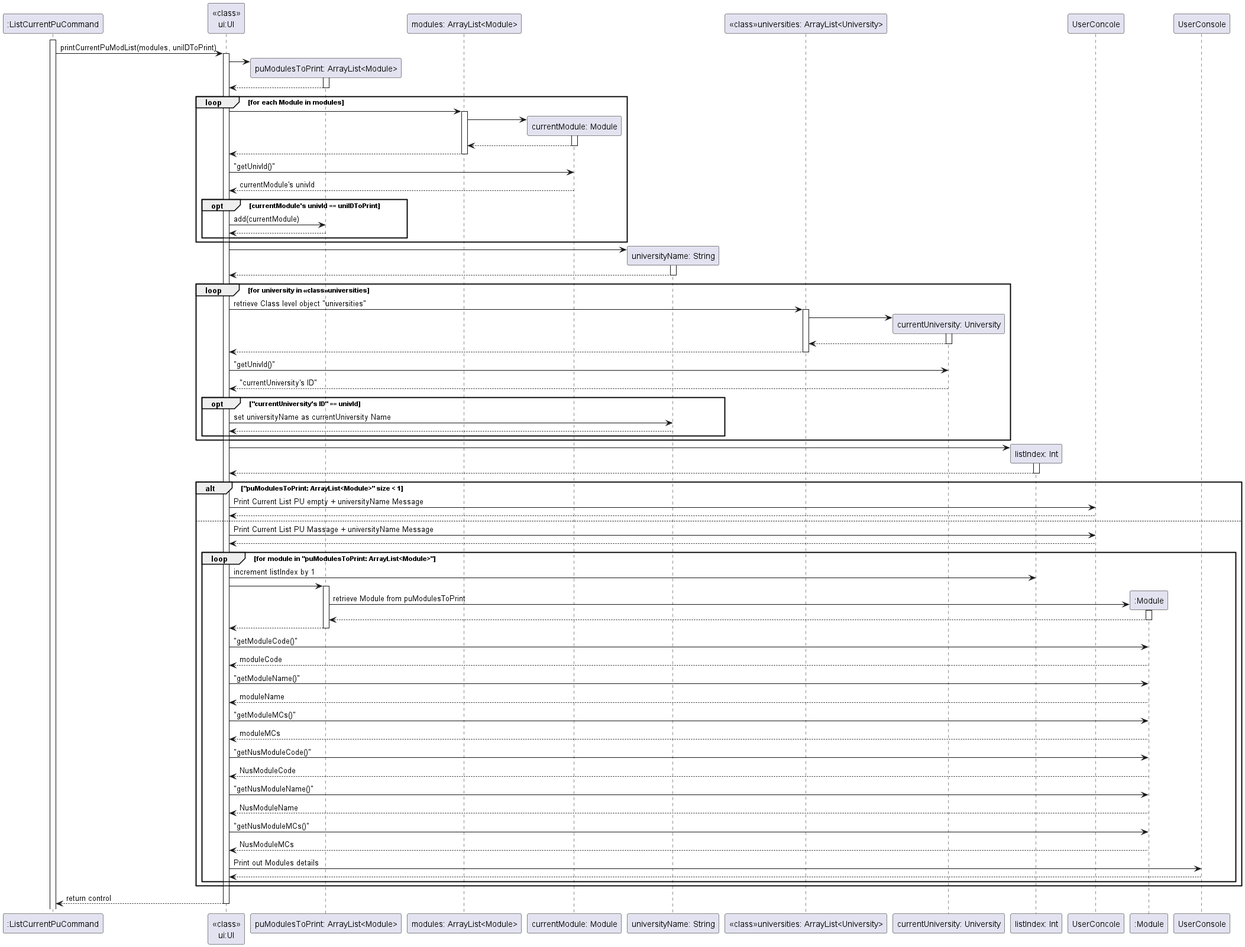
The PlantUML diagram docs/diagrams/ListCurrentPuCommandSequenceDiagram.png in nus-cs2113-AY2223S2/tp, before a commit. Source of this version:
```plantuml
@startuml

activate ":ListCurrentPuCommand"

":ListCurrentPuCommand" -> "<<class>>\nui:UI" : printCurrentPuModList(modules, uniIDToPrint)
activate "<<class>>\nui:UI"

create "puModulesToPrint: ArrayList<Module>"
"<<class>>\nui:UI" -> "puModulesToPrint: ArrayList<Module>"
activate "puModulesToPrint: ArrayList<Module>"
"<<class>>\nui:UI" <-- "puModulesToPrint: ArrayList<Module>"
deactivate "puModulesToPrint: ArrayList<Module>"

loop for each Module in modules
    "<<class>>\nui:UI" -> "modules: ArrayList<Module>"
     activate "modules: ArrayList<Module>"
     create "currentModule: Module"
     "modules: ArrayList<Module>" -> "currentModule: Module"
     activate "currentModule: Module"
     "modules: ArrayList<Module>" <-- "currentModule: Module"
     deactivate "currentModule: Module"
     "<<class>>\nui:UI" <-- "modules: ArrayList<Module>"
     deactivate "modules: ArrayList<Module>"



    "<<class>>\nui:UI" -> "currentModule: Module" : "getUnivId()"
    "<<class>>\nui:UI" <-- "currentModule: Module" : currentModule's univId
     opt currentModule's univId == uniIDToPrint
        "<<class>>\nui:UI" -> "puModulesToPrint: ArrayList<Module>": add(currentModule)
        "<<class>>\nui:UI" <-- "puModulesToPrint: ArrayList<Module>"
     end
end

create "universityName: String"
"<<class>>\nui:UI" -> "universityName: String"
activate "universityName: String"
"<<class>>\nui:UI" <-- "universityName: String"
deactivate "universityName: String"

loop for university in <<class>>universities
    "<<class>>\nui:UI" -> "<<class>>universities: ArrayList<University>" : retrieve Class level object "universities"
     activate "<<class>>universities: ArrayList<University>"
     create "currentUniversity: University"
     "<<class>>universities: ArrayList<University>" -> "currentUniversity: University"
     activate "currentUniversity: University"
     "<<class>>universities: ArrayList<University>" <-- "currentUniversity: University"
     deactivate "currentUniversity: University"
     "<<class>>\nui:UI" <-- "<<class>>universities: ArrayList<University>"
     deactivate "<<class>>universities: ArrayList<University>"

     "<<class>>\nui:UI" -> "currentUniversity: University": "getUnivId()"
     "<<class>>\nui:UI" <-- "currentUniversity: University": "currentUniversity's ID"
     opt "currentUniversity's ID" == univId
        "<<class>>\nui:UI" -> "universityName: String": set universityName as currentUniversity Name
        "<<class>>\nui:UI" <-- "universityName: String"
     end
end
    create "listIndex: Int"
     "<<class>>\nui:UI" -> "listIndex: Int"
     activate "listIndex: Int"
     "<<class>>\nui:UI" <-- "listIndex: Int"
     deactivate "listIndex: Int"

     alt "puModulesToPrint: ArrayList<Module>" size < 1
         "<<class>>\nui:UI" -> UserConcole: Print Current List PU empty + universityName Message
         "<<class>>\nui:UI" <-- UserConcole
     else
         "<<class>>\nui:UI" -> UserConcole: Print Current List PU Massage + universityName Message
         "<<class>>\nui:UI" <-- UserConcole
         loop for module in "puModulesToPrint: ArrayList<Module>"
            "<<class>>\nui:UI" -> "listIndex: Int": increment listIndex by 1
            "<<class>>\nui:UI" -> "puModulesToPrint: ArrayList<Module>"
             activate "puModulesToPrint: ArrayList<Module>"
             create ":Module"
             "puModulesToPrint: ArrayList<Module>" -> ":Module": retrieve Module from puModulesToPrint
             activate ":Module"
             "puModulesToPrint: ArrayList<Module>" <-- ":Module"
             deactivate ":Module"
             "<<class>>\nui:UI" <-- "puModulesToPrint: ArrayList<Module>"
             deactivate "puModulesToPrint: ArrayList<Module>"

            "<<class>>\nui:UI" -> ":Module" : "getModuleCode()"
            "<<class>>\nui:UI" <-- ":Module" : moduleCode


            "<<class>>\nui:UI" -> ":Module" : "getModuleName()"
            "<<class>>\nui:UI" <-- ":Module" : moduleName

            "<<class>>\nui:UI" -> ":Module" : "getModuleMCs()"
            "<<class>>\nui:UI" <-- ":Module" : moduleMCs

            "<<class>>\nui:UI" -> ":Module" : "getNusModuleCode()"
            "<<class>>\nui:UI" <-- ":Module" : NusModuleCode

            "<<class>>\nui:UI" -> ":Module" : "getNusModuleName()"
            "<<class>>\nui:UI" <-- ":Module" : NusModuleName

            "<<class>>\nui:UI" -> ":Module" : "getNusModuleMCs()"
            "<<class>>\nui:UI" <-- ":Module" : NusModuleMCs

            "<<class>>\nui:UI" -> UserConsole : Print out Modules details
            "<<class>>\nui:UI" <-- UserConsole
        end


end

"<<class>>\nui:UI" --> ":ListCurrentPuCommand" : return control
deactivate "<<class>>\nui:UI"

@enduml
```
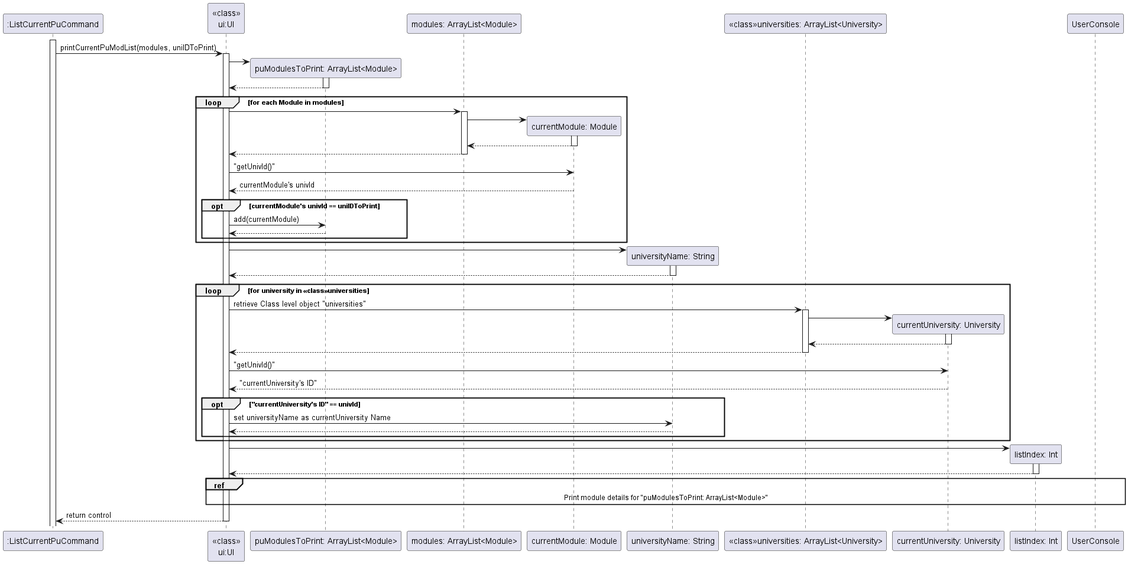
After the commit.

Commit message:
Updated Sequence Diagrams for list and delete commands

Change to the diagram source:
```diff
@@ -62,49 +62,11 @@
      "<<class>>\nui:UI" <-- "listIndex: Int"
      deactivate "listIndex: Int"
 
-     alt "puModulesToPrint: ArrayList<Module>" size < 1
-         "<<class>>\nui:UI" -> UserConcole: Print Current List PU empty + universityName Message
-         "<<class>>\nui:UI" <-- UserConcole
-     else
-         "<<class>>\nui:UI" -> UserConcole: Print Current List PU Massage + universityName Message
-         "<<class>>\nui:UI" <-- UserConcole
-         loop for module in "puModulesToPrint: ArrayList<Module>"
-            "<<class>>\nui:UI" -> "listIndex: Int": increment listIndex by 1
-            "<<class>>\nui:UI" -> "puModulesToPrint: ArrayList<Module>"
-             activate "puModulesToPrint: ArrayList<Module>"
-             create ":Module"
-             "puModulesToPrint: ArrayList<Module>" -> ":Module": retrieve Module from puModulesToPrint
-             activate ":Module"
-             "puModulesToPrint: ArrayList<Module>" <-- ":Module"
-             deactivate ":Module"
-             "<<class>>\nui:UI" <-- "puModulesToPrint: ArrayList<Module>"
-             deactivate "puModulesToPrint: ArrayList<Module>"
-
-            "<<class>>\nui:UI" -> ":Module" : "getModuleCode()"
-            "<<class>>\nui:UI" <-- ":Module" : moduleCode
+    ref over "<<class>>\nui:UI","puModulesToPrint: ArrayList<Module>", UserConsole, "listIndex: Int"
+        Print module details for "puModulesToPrint: ArrayList<Module>"
+    end ref
 
 
-            "<<class>>\nui:UI" -> ":Module" : "getModuleName()"
-            "<<class>>\nui:UI" <-- ":Module" : moduleName
-
-            "<<class>>\nui:UI" -> ":Module" : "getModuleMCs()"
-            "<<class>>\nui:UI" <-- ":Module" : moduleMCs
-
-            "<<class>>\nui:UI" -> ":Module" : "getNusModuleCode()"
-            "<<class>>\nui:UI" <-- ":Module" : NusModuleCode
-
-            "<<class>>\nui:UI" -> ":Module" : "getNusModuleName()"
-            "<<class>>\nui:UI" <-- ":Module" : NusModuleName
-
-            "<<class>>\nui:UI" -> ":Module" : "getNusModuleMCs()"
-            "<<class>>\nui:UI" <-- ":Module" : NusModuleMCs
-
-            "<<class>>\nui:UI" -> UserConsole : Print out Modules details
-            "<<class>>\nui:UI" <-- UserConsole
-        end
-
-
-end
 
 "<<class>>\nui:UI" --> ":ListCurrentPuCommand" : return control
 deactivate "<<class>>\nui:UI"
```
